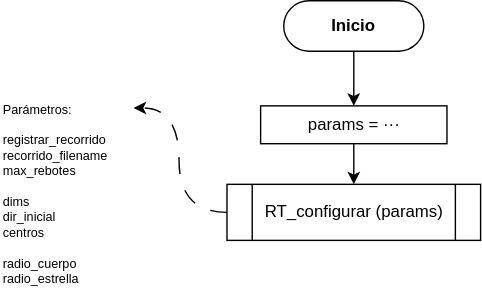
Above: FlowChart.drawio.svg in IoachimusRoderici/RayTracing.jl (draw.io), before the change. Source tidied: cells renumbered, new cells last; positions are measured from the earlier drawing's top-left corner, leaving out a move shared by most shapes.
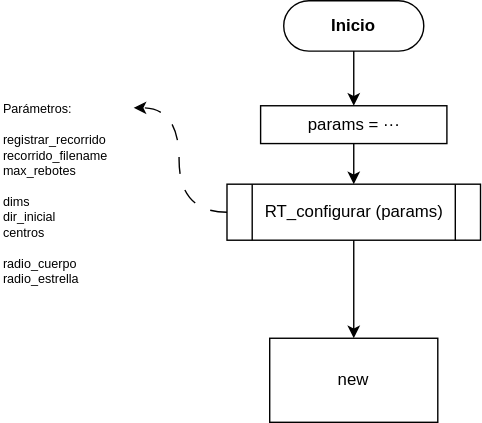
After the commit.

Diff of the diagram source:
```diff
@@ -17,11 +17,17 @@
     <mxCell id="6" style="edgeStyle=orthogonalEdgeStyle;curved=1;html=1;exitX=0;exitY=0.5;exitDx=0;exitDy=0;entryX=1.02;entryY=0.074;entryDx=0;entryDy=0;entryPerimeter=0;dashed=1;dashPattern=12 12;strokeColor=default;fontSize=9;" parent="1" edge="1" source="7" target="8">
       <mxGeometry relative="1" as="geometry" />
     </mxCell>
+    <mxCell id="9" style="edgeStyle=orthogonalEdgeStyle;rounded=0;jettySize=auto;html=1;" parent="1" edge="1" source="7" target="10">
+      <mxGeometry relative="1" as="geometry" />
+    </mxCell>
     <mxCell id="7" value="RT_configurar (params)" style="shape=process;whiteSpace=wrap;html=1;backgroundOutline=1;fillColor=none;" parent="1" vertex="1">
       <mxGeometry x="161.5" y="131" width="181" height="40" as="geometry" />
     </mxCell>
     <mxCell id="8" value="Parámetros:&#10;&#10;registrar_recorrido&#10;recorrido_filename&#10;max_rebotes&#10;&#10;dims&#10;dir_inicial&#10;centros&#10;&#10;radio_cuerpo&#10;radio_estrella&#10;" style="text;align=left;verticalAlign=top;points=[];strokeColor=none;fillColor=none;fontSize=9;" parent="1" vertex="1">
       <mxGeometry y="66" width="93" height="142" as="geometry" />
     </mxCell>
+    <mxCell id="10" value="new" style="whiteSpace=wrap;html=1;fillColor=none;" parent="1" vertex="1">
+      <mxGeometry x="192" y="241" width="120" height="60" as="geometry" />
+    </mxCell>
   </root>
 </mxGraphModel>
```
